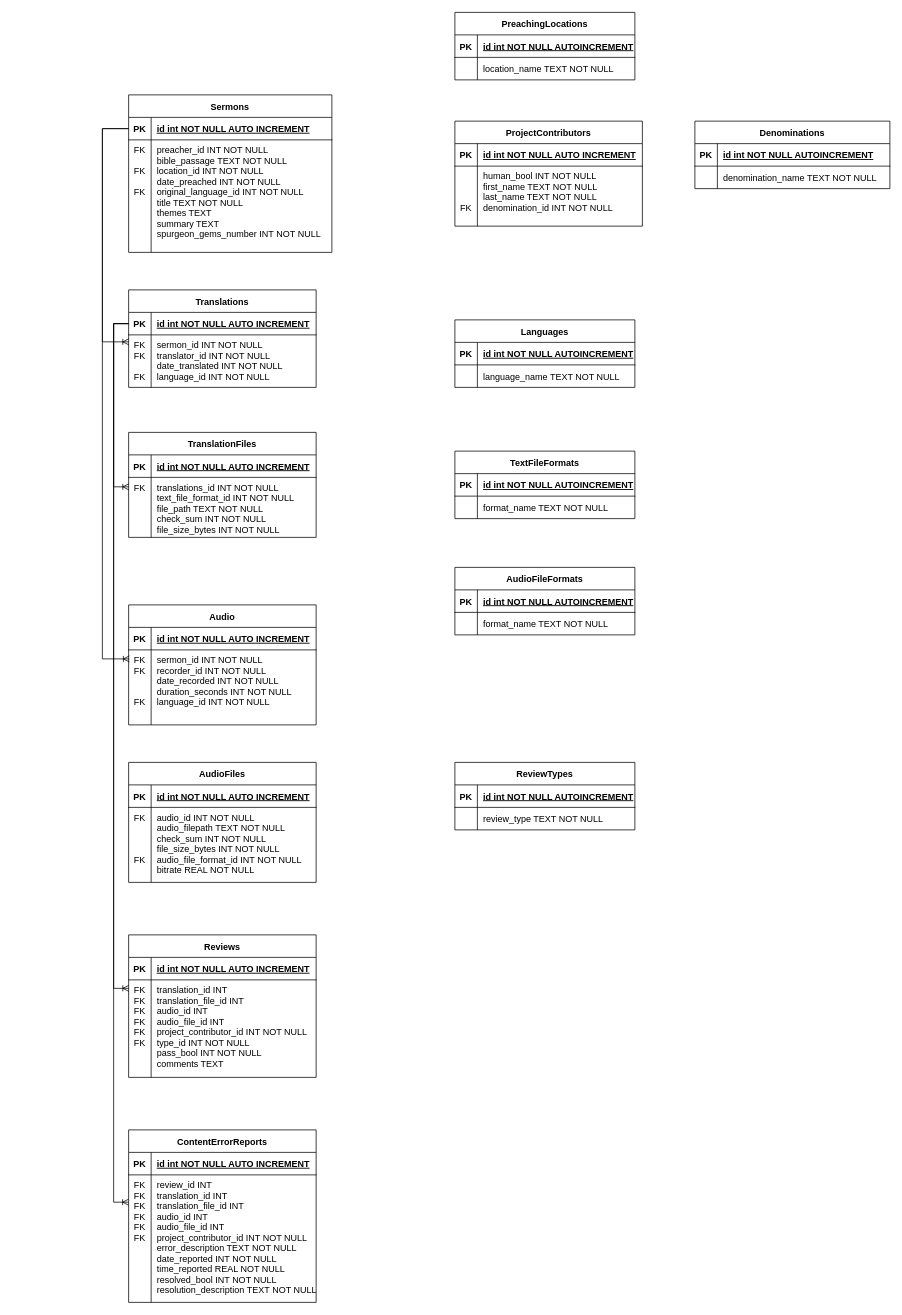
arthur224444/Spurgeon-Sermons-Urdu-Website keeps this draw.io diagram as docs/Database diagram.drawio. Above is the earlier version. Source tidied: cells renumbered, new cells numbered last; positions are measured from the earlier drawing's top-left corner, leaving out a move shared by most shapes. Both pictures are drawn from the tidied source at 75%, with x=0, y=0 at pixel (102, 12).
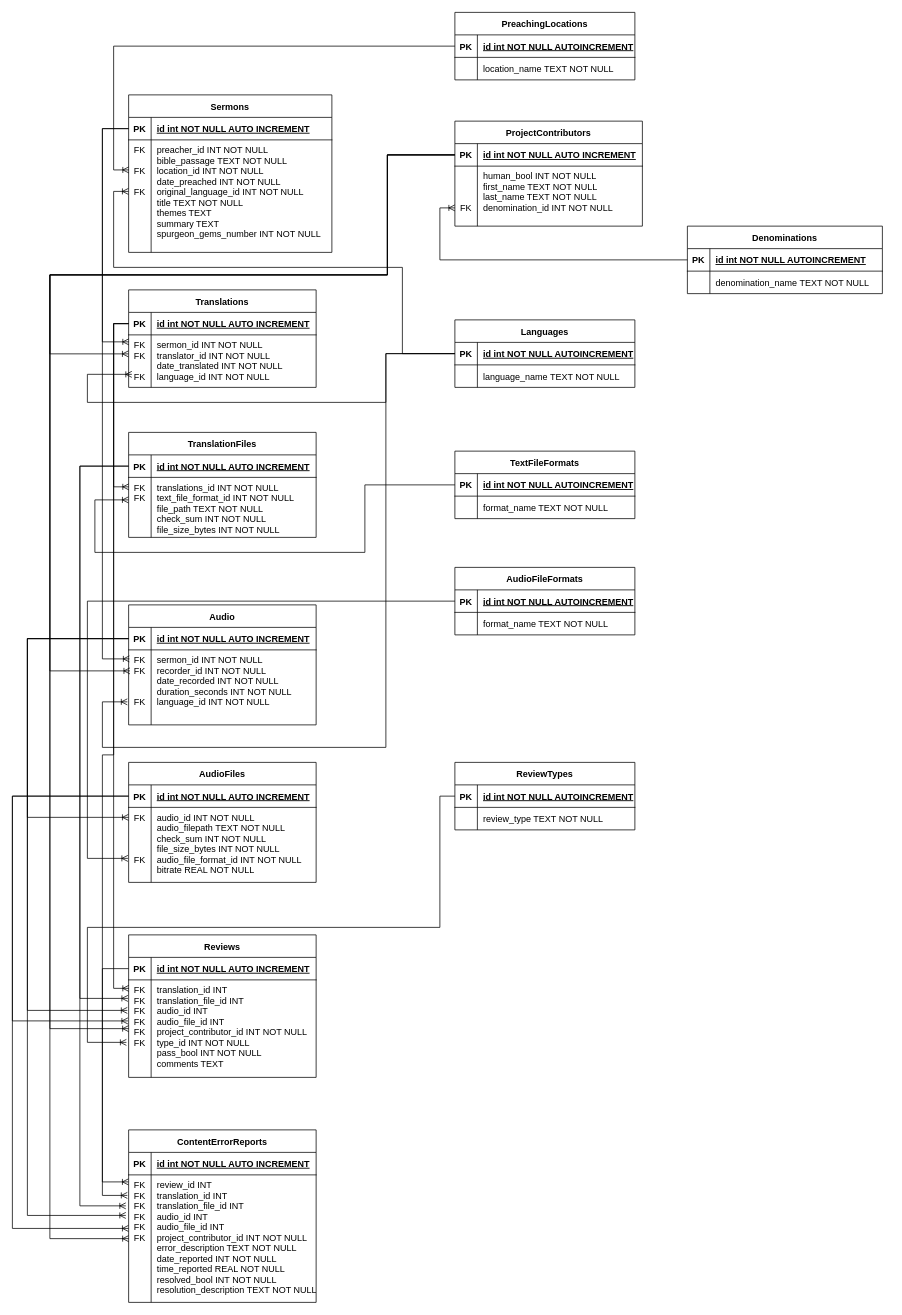
The same diagram, later.

Commit message (it also covers changes not shown here):
Modified one diagram and added another

Unchanged cells that the change refers to:
```xml
<mxCell id="6" style="shape=partialRectangle;fillColor=none;points=[[0,0.5],[1,0.5]];portConstraint=eastwest;top=0;left=0;right=0;bottom=0;" parent="2" vertex="1">
  <mxGeometry y="60" width="271" height="150" as="geometry" />
</mxCell>
<mxCell id="10" style="shape=partialRectangle;fillColor=none;points=[[0,0.5],[1,0.5]];portConstraint=eastwest;top=0;left=0;right=0;bottom=1;" parent="9" vertex="1">
  <mxGeometry y="30" width="250" height="30" as="geometry" />
</mxCell>
<mxCell id="13" style="shape=partialRectangle;fillColor=none;points=[[0,0.5],[1,0.5]];portConstraint=eastwest;top=0;left=0;right=0;bottom=0;" parent="9" vertex="1">
  <mxGeometry y="60" width="250" height="100" as="geometry" />
</mxCell>
<mxCell id="17" style="shape=partialRectangle;fillColor=none;points=[[0,0.5],[1,0.5]];portConstraint=eastwest;top=0;left=0;right=0;bottom=1;" parent="16" vertex="1">
  <mxGeometry y="30" width="250" height="30" as="geometry" />
</mxCell>
<mxCell id="20" style="shape=partialRectangle;fillColor=none;points=[[0,0.5],[1,0.5]];portConstraint=eastwest;top=0;left=0;right=0;bottom=0;" parent="16" vertex="1">
  <mxGeometry y="60" width="250" height="100" as="geometry" />
</mxCell>
<mxCell id="24" style="shape=partialRectangle;fillColor=none;points=[[0,0.5],[1,0.5]];portConstraint=eastwest;top=0;left=0;right=0;bottom=1;" parent="23" vertex="1">
  <mxGeometry y="30" width="250" height="30" as="geometry" />
</mxCell>
<mxCell id="27" style="shape=partialRectangle;fillColor=none;points=[[0,0.5],[1,0.5]];portConstraint=eastwest;top=0;left=0;right=0;bottom=0;" parent="23" vertex="1">
  <mxGeometry y="60" width="250" height="70" as="geometry" />
</mxCell>
<mxCell id="31" style="shape=partialRectangle;fillColor=none;points=[[0,0.5],[1,0.5]];portConstraint=eastwest;top=0;left=0;right=0;bottom=1;" parent="30" vertex="1">
  <mxGeometry y="30" width="250" height="30" as="geometry" />
</mxCell>
<mxCell id="34" style="shape=partialRectangle;fillColor=none;points=[[0,0.5],[1,0.5]];portConstraint=eastwest;top=0;left=0;right=0;bottom=0;" parent="30" vertex="1">
  <mxGeometry y="60" width="250" height="80" as="geometry" />
</mxCell>
<mxCell id="38" style="shape=partialRectangle;fillColor=none;points=[[0,0.5],[1,0.5]];portConstraint=eastwest;top=0;left=0;right=0;bottom=1;" parent="37" vertex="1">
  <mxGeometry y="30" width="250" height="30" as="geometry" />
</mxCell>
<mxCell id="41" style="shape=partialRectangle;fillColor=none;points=[[0,0.5],[1,0.5]];portConstraint=eastwest;top=0;left=0;right=0;bottom=0;" parent="37" vertex="1">
  <mxGeometry y="60" width="250" height="80" as="geometry" />
</mxCell>
<mxCell id="45" style="shape=partialRectangle;fillColor=none;points=[[0,0.5],[1,0.5]];portConstraint=eastwest;top=0;left=0;right=0;bottom=1;" parent="44" vertex="1">
  <mxGeometry y="30" width="250" height="30" as="geometry" />
</mxCell>
<mxCell id="48" style="shape=partialRectangle;fillColor=none;points=[[0,0.5],[1,0.5]];portConstraint=eastwest;top=0;left=0;right=0;bottom=0;" parent="44" vertex="1">
  <mxGeometry y="60" width="250" height="130" as="geometry" />
</mxCell>
<mxCell id="55" style="shape=partialRectangle;fillColor=none;points=[[0,0.5],[1,0.5]];portConstraint=eastwest;top=0;left=0;right=0;bottom=0;" parent="51" vertex="1">
  <mxGeometry y="60" width="250" height="170" as="geometry" />
</mxCell>
<mxCell id="59" style="shape=partialRectangle;fillColor=none;points=[[0,0.5],[1,0.5]];portConstraint=eastwest;top=0;left=0;right=0;bottom=1;" parent="58" vertex="1">
  <mxGeometry y="30" width="260" height="30" as="geometry" />
</mxCell>
<mxCell id="66" style="shape=partialRectangle;fillColor=none;points=[[0,0.5],[1,0.5]];portConstraint=eastwest;top=0;left=0;right=0;bottom=1;" parent="65" vertex="1">
  <mxGeometry y="30" width="240" height="30" as="geometry" />
</mxCell>
<mxCell id="73" style="shape=partialRectangle;fillColor=none;points=[[0,0.5],[1,0.5]];portConstraint=eastwest;top=0;left=0;right=0;bottom=1;" parent="72" vertex="1">
  <mxGeometry y="30" width="240" height="30" as="geometry" />
</mxCell>
<mxCell id="80" style="shape=partialRectangle;fillColor=none;points=[[0,0.5],[1,0.5]];portConstraint=eastwest;top=0;left=0;right=0;bottom=1;" parent="79" vertex="1">
  <mxGeometry y="30" width="240" height="30" as="geometry" />
</mxCell>
<mxCell id="87" style="shape=partialRectangle;fillColor=none;points=[[0,0.5],[1,0.5]];portConstraint=eastwest;top=0;left=0;right=0;bottom=1;" parent="86" vertex="1">
  <mxGeometry y="30" width="240" height="30" as="geometry" />
</mxCell>
<mxCell id="94" style="shape=partialRectangle;fillColor=none;points=[[0,0.5],[1,0.5]];portConstraint=eastwest;top=0;left=0;right=0;bottom=1;" parent="93" vertex="1">
  <mxGeometry y="30" width="240" height="30" as="geometry" />
</mxCell>
```

Diff of the diagram source:
```diff
@@
-    <mxCell id="35" value="FK&#10;&#10;&#10;" style="shape=partialRectangle;overflow=hidden;fillColor=none;top=0;left=0;bottom=0;right=0;verticalAlign=top;" parent="34" vertex="1">
+    <mxCell id="35" value="FK&#10;FK&#10;&#10;" style="shape=partialRectangle;overflow=hidden;fillColor=none;top=0;left=0;bottom=0;right=0;verticalAlign=top;" parent="34" vertex="1">
       <mxGeometry width="30" height="80" as="geometry" />
     </mxCell>
@@
     <mxCell id="58" value="Denominations" style="shape=table;startSize=30;childLayout=tableLayout;rowLines=0;fontStyle=1;align=center;" parent="1" vertex="1">
-      <mxGeometry x="790" y="145" width="260" height="90" as="geometry" />
+      <mxGeometry x="780" y="285" width="260" height="90" as="geometry" />
     </mxCell>
@@
+    <mxCell id="105" style="edgeStyle=orthogonalEdgeStyle;rounded=0;jettySize=auto;html=1;exitX=0;exitY=0.5;exitDx=0;exitDy=0;entryX=-0.007;entryY=0.693;entryDx=0;entryDy=0;entryPerimeter=0;endArrow=ERoneToMany;endFill=0;" parent="1" edge="1" source="73" target="13">
+      <mxGeometry relative="1" as="geometry">
+        <Array as="points">
+          <mxPoint x="378" y="455" />
+          <mxPoint x="378" y="980" />
+          <mxPoint y="980" />
+          <mxPoint y="919" />
+        </Array>
+      </mxGeometry>
+    </mxCell>
+    <mxCell id="106" style="edgeStyle=orthogonalEdgeStyle;rounded=0;jettySize=auto;html=1;exitX=0;exitY=0.5;exitDx=0;exitDy=0;entryX=0.017;entryY=0.752;entryDx=0;entryDy=0;entryPerimeter=0;endArrow=ERoneToMany;endFill=0;" parent="1" edge="1" source="73" target="27">
+      <mxGeometry relative="1" as="geometry">
+        <Array as="points">
+          <mxPoint x="378" y="455" />
+          <mxPoint x="378" y="520" />
+          <mxPoint x="-20" y="520" />
+          <mxPoint x="-20" y="483" />
+        </Array>
+      </mxGeometry>
+    </mxCell>
+    <mxCell id="107" style="edgeStyle=orthogonalEdgeStyle;rounded=0;jettySize=auto;html=1;exitX=0;exitY=0.5;exitDx=0;exitDy=0;entryX=0;entryY=0.696;entryDx=0;entryDy=0;entryPerimeter=0;endArrow=ERoneToMany;endFill=0;" parent="1" edge="1" source="59" target="41">
+      <mxGeometry relative="1" as="geometry" />
+    </mxCell>
+    <mxCell id="108" style="edgeStyle=orthogonalEdgeStyle;rounded=0;jettySize=auto;html=1;exitX=0;exitY=0.5;exitDx=0;exitDy=0;entryX=-0.001;entryY=0.375;entryDx=0;entryDy=0;entryPerimeter=0;endArrow=ERoneToMany;endFill=0;" parent="1" edge="1" source="87" target="34">
+      <mxGeometry relative="1" as="geometry">
+        <Array as="points">
+          <mxPoint x="350" y="630" />
+          <mxPoint x="350" y="720" />
+          <mxPoint x="-10" y="720" />
+          <mxPoint x="-10" y="650" />
+        </Array>
+      </mxGeometry>
+    </mxCell>
+    <mxCell id="109" style="edgeStyle=orthogonalEdgeStyle;rounded=0;jettySize=auto;html=1;exitX=0;exitY=0.5;exitDx=0;exitDy=0;entryX=-0.004;entryY=0.68;entryDx=0;entryDy=0;entryPerimeter=0;endArrow=ERoneToMany;endFill=0;" parent="1" edge="1" source="80" target="20">
+      <mxGeometry relative="1" as="geometry">
+        <Array as="points">
+          <mxPoint x="-20" y="785" />
+          <mxPoint x="-20" y="1128" />
+        </Array>
+      </mxGeometry>
+    </mxCell>
+    <mxCell id="110" style="edgeStyle=orthogonalEdgeStyle;rounded=0;jettySize=auto;html=1;exitX=0;exitY=0.5;exitDx=0;exitDy=0;entryX=-0.012;entryY=0.641;entryDx=0;entryDy=0;entryPerimeter=0;endArrow=ERoneToMany;endFill=0;" parent="1" edge="1" source="94" target="48">
+      <mxGeometry relative="1" as="geometry">
+        <Array as="points">
+          <mxPoint x="450" y="1045" />
+          <mxPoint x="450" y="1220" />
+          <mxPoint x="-20" y="1220" />
+          <mxPoint x="-20" y="1373" />
+        </Array>
+      </mxGeometry>
+    </mxCell>
+    <mxCell id="111" style="edgeStyle=orthogonalEdgeStyle;rounded=0;jettySize=auto;html=1;exitX=0;exitY=0.5;exitDx=0;exitDy=0;entryX=-0.001;entryY=0.055;entryDx=0;entryDy=0;entryPerimeter=0;endArrow=ERoneToMany;endFill=0;" parent="1" edge="1" source="45" target="55">
+      <mxGeometry relative="1" as="geometry">
+        <Array as="points">
+          <mxPoint y="1275" />
+          <mxPoint y="1559" />
+        </Array>
+      </mxGeometry>
+    </mxCell>
-    <mxCell id="104" style="edgeStyle=orthogonalEdgeStyle;rounded=0;jettySize=auto;html=1;exitX=0;exitY=0.5;exitDx=0;exitDy=0;entryX=0;entryY=0.214;entryDx=0;entryDy=0;entryPerimeter=0;endArrow=ERoneToMany;endFill=0;" parent="1" edge="1" source="24" target="55">
-      <mxGeometry relative="1" as="geometry" />
+    <mxCell id="104" style="edgeStyle=orthogonalEdgeStyle;rounded=0;jettySize=auto;html=1;exitX=0;exitY=0.5;exitDx=0;exitDy=0;entryX=-0.007;entryY=0.161;entryDx=0;entryDy=0;entryPerimeter=0;endArrow=ERoneToMany;endFill=0;" parent="1" edge="1" source="24" target="55">
+      <mxGeometry relative="1" as="geometry">
+        <Array as="points">
+          <mxPoint x="15" y="415" />
+          <mxPoint x="15" y="990" />
+          <mxPoint y="990" />
+          <mxPoint y="1577" />
+        </Array>
+      </mxGeometry>
     </mxCell>
+    <mxCell id="112" style="edgeStyle=orthogonalEdgeStyle;rounded=0;jettySize=auto;html=1;exitX=0;exitY=0.5;exitDx=0;exitDy=0;entryX=-0.004;entryY=0.19;entryDx=0;entryDy=0;entryPerimeter=0;endArrow=ERoneToMany;endFill=0;" parent="1" edge="1" source="31" target="48">
+      <mxGeometry relative="1" as="geometry">
+        <Array as="points">
+          <mxPoint x="-30" y="605" />
+          <mxPoint x="-30" y="1315" />
+        </Array>
+      </mxGeometry>
+    </mxCell>
+    <mxCell id="113" style="edgeStyle=orthogonalEdgeStyle;rounded=0;jettySize=auto;html=1;exitX=0;exitY=0.5;exitDx=0;exitDy=0;entryX=-0.015;entryY=0.243;entryDx=0;entryDy=0;entryPerimeter=0;endArrow=ERoneToMany;endFill=0;" parent="1" edge="1" source="31" target="55">
+      <mxGeometry relative="1" as="geometry">
+        <Array as="points">
+          <mxPoint x="-30" y="605" />
+          <mxPoint x="-30" y="1591" />
+        </Array>
+      </mxGeometry>
+    </mxCell>
+    <mxCell id="114" style="edgeStyle=orthogonalEdgeStyle;rounded=0;jettySize=auto;html=1;exitX=0;exitY=0.5;exitDx=0;exitDy=0;entryX=0.007;entryY=0.28;entryDx=0;entryDy=0;entryPerimeter=0;endArrow=ERoneToMany;endFill=0;" parent="1" edge="1" source="38" target="13">
+      <mxGeometry relative="1" as="geometry">
+        <Array as="points">
+          <mxPoint x="380" y="190" />
+          <mxPoint x="380" y="350" />
+          <mxPoint x="-70" y="350" />
+          <mxPoint x="-70" y="878" />
+        </Array>
+      </mxGeometry>
+    </mxCell>
+    <mxCell id="115" style="edgeStyle=orthogonalEdgeStyle;rounded=0;jettySize=auto;html=1;exitX=0;exitY=0.5;exitDx=0;exitDy=0;entryX=0;entryY=0.5;entryDx=0;entryDy=0;endArrow=ERoneToMany;endFill=0;" parent="1" edge="1" source="38" target="48">
+      <mxGeometry relative="1" as="geometry">
+        <Array as="points">
+          <mxPoint x="380" y="190" />
+          <mxPoint x="380" y="350" />
+          <mxPoint x="-70" y="350" />
+          <mxPoint x="-70" y="1355" />
+        </Array>
+      </mxGeometry>
+    </mxCell>
+    <mxCell id="116" style="edgeStyle=orthogonalEdgeStyle;rounded=0;jettySize=auto;html=1;exitX=0;exitY=0.5;exitDx=0;exitDy=0;entryX=0;entryY=0.5;entryDx=0;entryDy=0;endArrow=ERoneToMany;endFill=0;" parent="1" edge="1" source="38" target="55">
+      <mxGeometry relative="1" as="geometry">
+        <Array as="points">
+          <mxPoint x="380" y="190" />
+          <mxPoint x="380" y="350" />
+          <mxPoint x="-70" y="350" />
+          <mxPoint x="-70" y="1635" />
+        </Array>
+      </mxGeometry>
+    </mxCell>
+    <mxCell id="117" style="edgeStyle=orthogonalEdgeStyle;rounded=0;jettySize=auto;html=1;exitX=0;exitY=0.5;exitDx=0;exitDy=0;entryX=-0.001;entryY=0.362;entryDx=0;entryDy=0;entryPerimeter=0;endArrow=ERoneToMany;endFill=0;" parent="1" edge="1" source="38" target="27">
+      <mxGeometry relative="1" as="geometry">
+        <Array as="points">
+          <mxPoint x="380" y="190" />
+          <mxPoint x="380" y="350" />
+          <mxPoint x="-70" y="350" />
+          <mxPoint x="-70" y="455" />
+        </Array>
+      </mxGeometry>
+    </mxCell>
+    <mxCell id="118" style="edgeStyle=orthogonalEdgeStyle;rounded=0;jettySize=auto;html=1;exitX=0;exitY=0.5;exitDx=0;exitDy=0;entryX=-0.001;entryY=0.133;entryDx=0;entryDy=0;entryPerimeter=0;endArrow=ERoneToMany;endFill=0;" parent="1" edge="1" source="10" target="20">
+      <mxGeometry relative="1" as="geometry">
+        <Array as="points">
+          <mxPoint x="-100" y="835" />
+          <mxPoint x="-100" y="1073" />
+        </Array>
+      </mxGeometry>
+    </mxCell>
+    <mxCell id="119" style="edgeStyle=orthogonalEdgeStyle;rounded=0;jettySize=auto;html=1;exitX=0;exitY=0.5;exitDx=0;exitDy=0;entryX=-0.007;entryY=0.313;entryDx=0;entryDy=0;entryPerimeter=0;endArrow=ERoneToMany;endFill=0;" parent="1" edge="1" source="10" target="48">
+      <mxGeometry relative="1" as="geometry">
+        <Array as="points">
+          <mxPoint x="-100" y="835" />
+          <mxPoint x="-100" y="1331" />
+        </Array>
+      </mxGeometry>
+    </mxCell>
+    <mxCell id="120" style="edgeStyle=orthogonalEdgeStyle;rounded=0;jettySize=auto;html=1;exitX=0;exitY=0.5;exitDx=0;exitDy=0;entryX=-0.015;entryY=0.318;entryDx=0;entryDy=0;entryPerimeter=0;endArrow=ERoneToMany;endFill=0;" parent="1" edge="1" source="10" target="55">
+      <mxGeometry relative="1" as="geometry">
+        <Array as="points">
+          <mxPoint x="-100" y="835" />
+          <mxPoint x="-100" y="1604" />
+        </Array>
+      </mxGeometry>
+    </mxCell>
+    <mxCell id="121" style="edgeStyle=orthogonalEdgeStyle;rounded=0;jettySize=auto;html=1;exitX=0;exitY=0.5;exitDx=0;exitDy=0;entryX=-0.004;entryY=0.421;entryDx=0;entryDy=0;entryPerimeter=0;endArrow=ERoneToMany;endFill=0;" parent="1" edge="1" source="17" target="48">
+      <mxGeometry relative="1" as="geometry">
+        <Array as="points">
+          <mxPoint x="-120" y="1045" />
+          <mxPoint x="-120" y="1345" />
+        </Array>
+      </mxGeometry>
+    </mxCell>
+    <mxCell id="122" style="edgeStyle=orthogonalEdgeStyle;rounded=0;jettySize=auto;html=1;exitX=0;exitY=0.5;exitDx=0;exitDy=0;entryX=-0.001;entryY=0.42;entryDx=0;entryDy=0;entryPerimeter=0;endArrow=ERoneToMany;endFill=0;" parent="1" edge="1" source="17" target="55">
+      <mxGeometry relative="1" as="geometry">
+        <Array as="points">
+          <mxPoint x="-120" y="1045" />
+          <mxPoint x="-120" y="1621" />
+        </Array>
+      </mxGeometry>
+    </mxCell>
+    <mxCell id="123" style="edgeStyle=orthogonalEdgeStyle;rounded=0;jettySize=auto;html=1;exitX=0;exitY=0.5;exitDx=0;exitDy=0;entryX=-0.001;entryY=0.458;entryDx=0;entryDy=0;entryPerimeter=0;endArrow=ERoneToMany;endFill=0;" parent="1" edge="1" source="73" target="6">
+      <mxGeometry relative="1" as="geometry">
+        <Array as="points">
+          <mxPoint x="400" y="455" />
+          <mxPoint x="400" y="340" />
+          <mxPoint x="15" y="340" />
+          <mxPoint x="15" y="239" />
+        </Array>
+      </mxGeometry>
+    </mxCell>
+    <mxCell id="124" style="edgeStyle=orthogonalEdgeStyle;rounded=0;jettySize=auto;html=1;exitX=0;exitY=0.5;exitDx=0;exitDy=0;entryX=0.001;entryY=0.267;entryDx=0;entryDy=0;entryPerimeter=0;endArrow=ERoneToMany;endFill=0;" parent="1" edge="1" source="66" target="6">
+      <mxGeometry relative="1" as="geometry" />
+    </mxCell>
```
